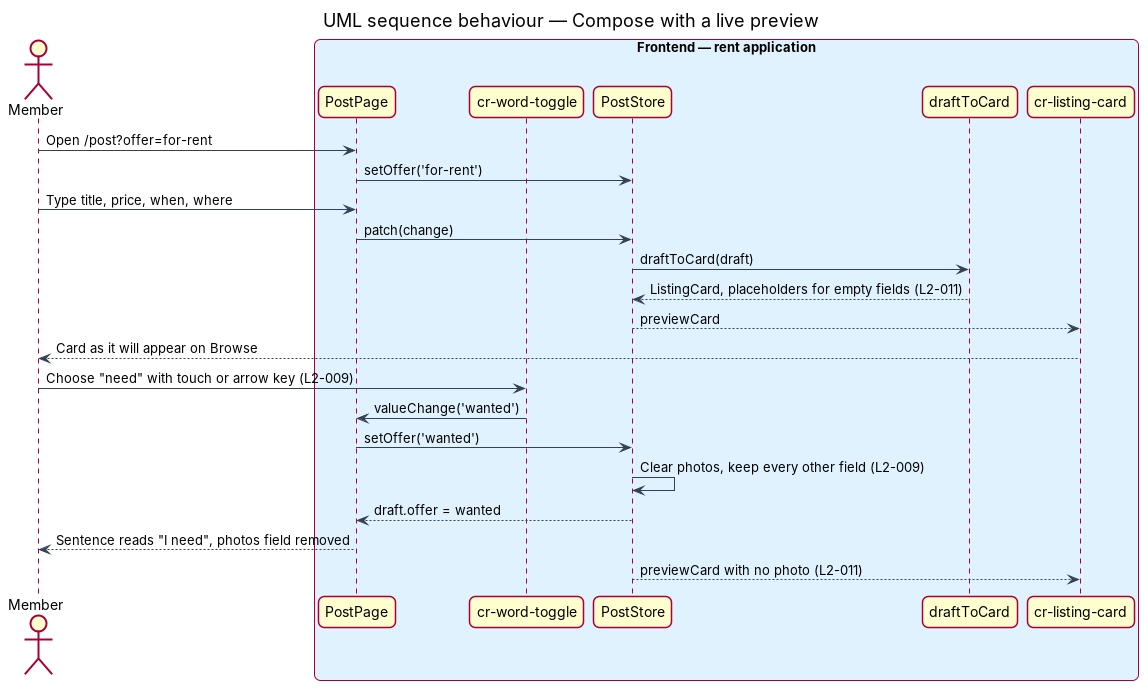
The PlantUML diagram docs/detailed-designs/post/compose-listing/diagrams/sequence-compose.png in QuinntyneBrown/christian-rent, before a commit. Its source is kept beside it as docs/detailed-designs/post/compose-listing/diagrams/sequence-compose.puml.
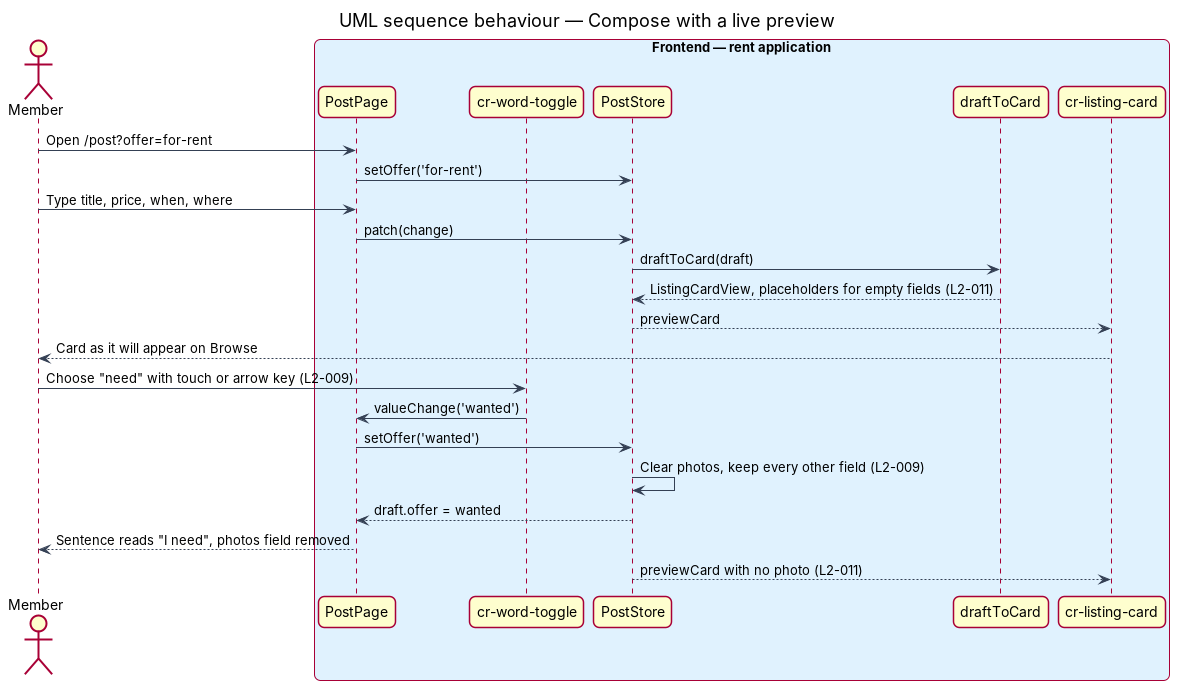
The same diagram one commit later.

What changed in the source:
```diff
@@ -27,7 +27,7 @@
 actor -> page : Type title, price, when, where
 page -> store : patch(change)
 store -> map : draftToCard(draft)
-map --> store : ListingCard, placeholders for empty fields (L2-011)
+map --> store : ListingCardView, placeholders for empty fields (L2-011)
 store --> card : previewCard
 card --> actor : Card as it will appear on Browse
 actor -> toggle : Choose "need" with touch or arrow key (L2-009)
```
